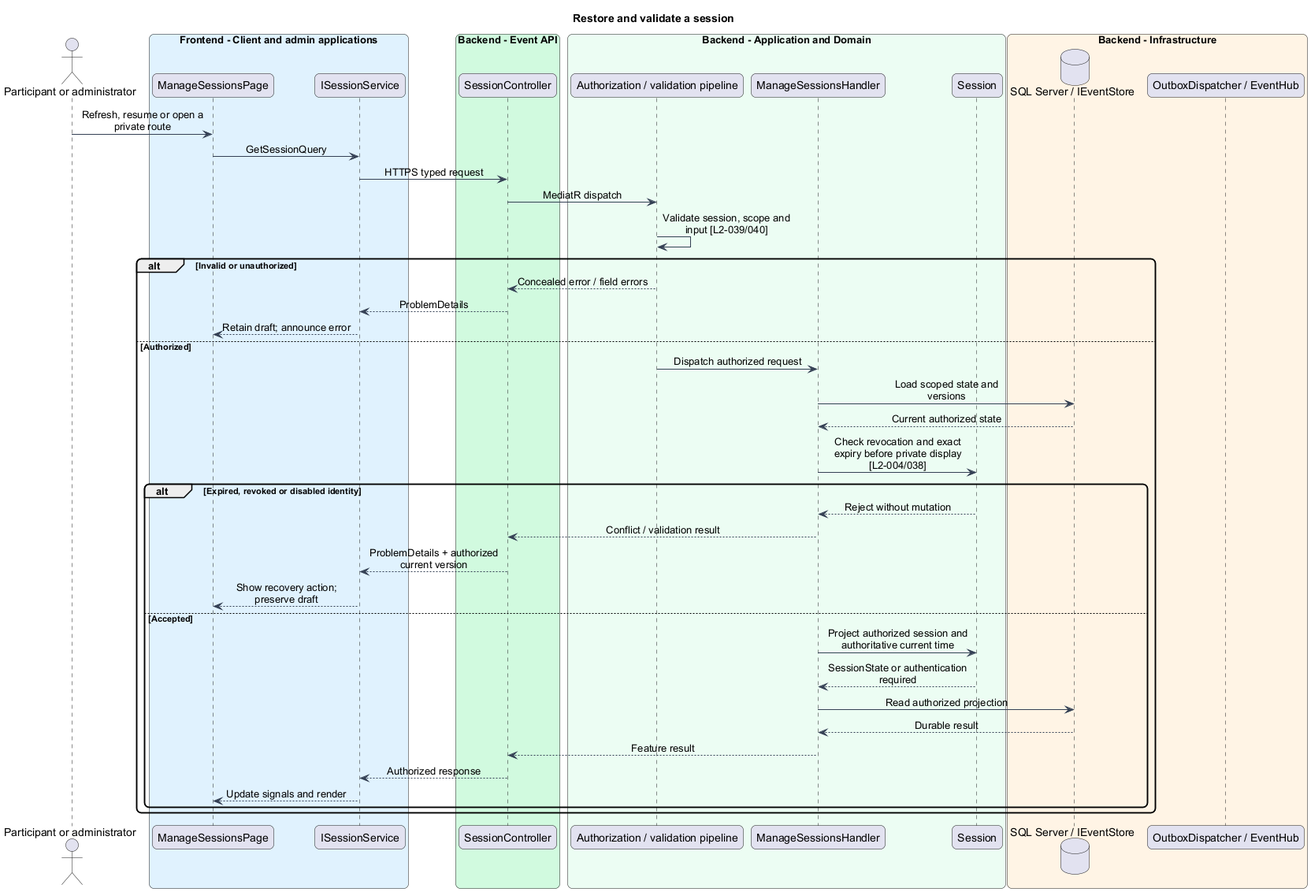
The PlantUML diagram docs/detailed-designs/access/manage-sessions/diagrams/sequence-restore.png in QuinntyneBrown/faithtech-toronto-ai-build-event, before a commit. Its diagram source:
```plantuml
@startuml
skinparam backgroundColor #FFFFFF
skinparam shadowing false
skinparam roundcorner 12
skinparam defaultFontName Arial
skinparam ArrowColor #344054
skinparam classBackgroundColor #F9FAFB
skinparam classBorderColor #344054
skinparam sequenceMessageAlign center
skinparam maxMessageSize 180
title Restore and validate a session
actor "Participant or administrator" as actor
box "Frontend - Client and admin applications" #E0F2FE
participant "ManageSessionsPage" as page
participant "ISessionService" as client
end box
box "Backend - Event API" #D1FADF
participant "SessionController" as controller
end box
box "Backend - Application and Domain" #ECFDF3
participant "Authorization / validation pipeline" as gate
participant "ManageSessionsHandler" as handler
participant "Session" as entity
end box
box "Backend - Infrastructure" #FFF4E5
database "SQL Server / IEventStore" as db
participant "OutboxDispatcher / EventHub" as push
end box
actor -> page : Refresh, resume or open a private route
page -> client : GetSessionQuery
client -> controller : HTTPS typed request
controller -> gate : MediatR dispatch
gate -> gate : Validate session, scope and input [L2-039/040]
alt Invalid or unauthorized
gate --> controller : Concealed error / field errors
controller --> client : ProblemDetails
client --> page : Retain draft; announce error
else Authorized
gate -> handler : Dispatch authorized request
handler -> db : Load scoped state and versions
db --> handler : Current authorized state
handler -> entity : Check revocation and exact expiry before private display [L2-004/038]
alt Expired, revoked or disabled identity
entity --> handler : Reject without mutation
handler --> controller : Conflict / validation result
controller --> client : ProblemDetails + authorized current version
client --> page : Show recovery action; preserve draft
else Accepted
handler -> entity : Project authorized session and authoritative current time
entity --> handler : SessionState or authentication required
handler -> db : Read authorized projection
db --> handler : Durable result
handler --> controller : Feature result
controller --> client : Authorized response
client --> page : Update signals and render
end
end
@enduml
```
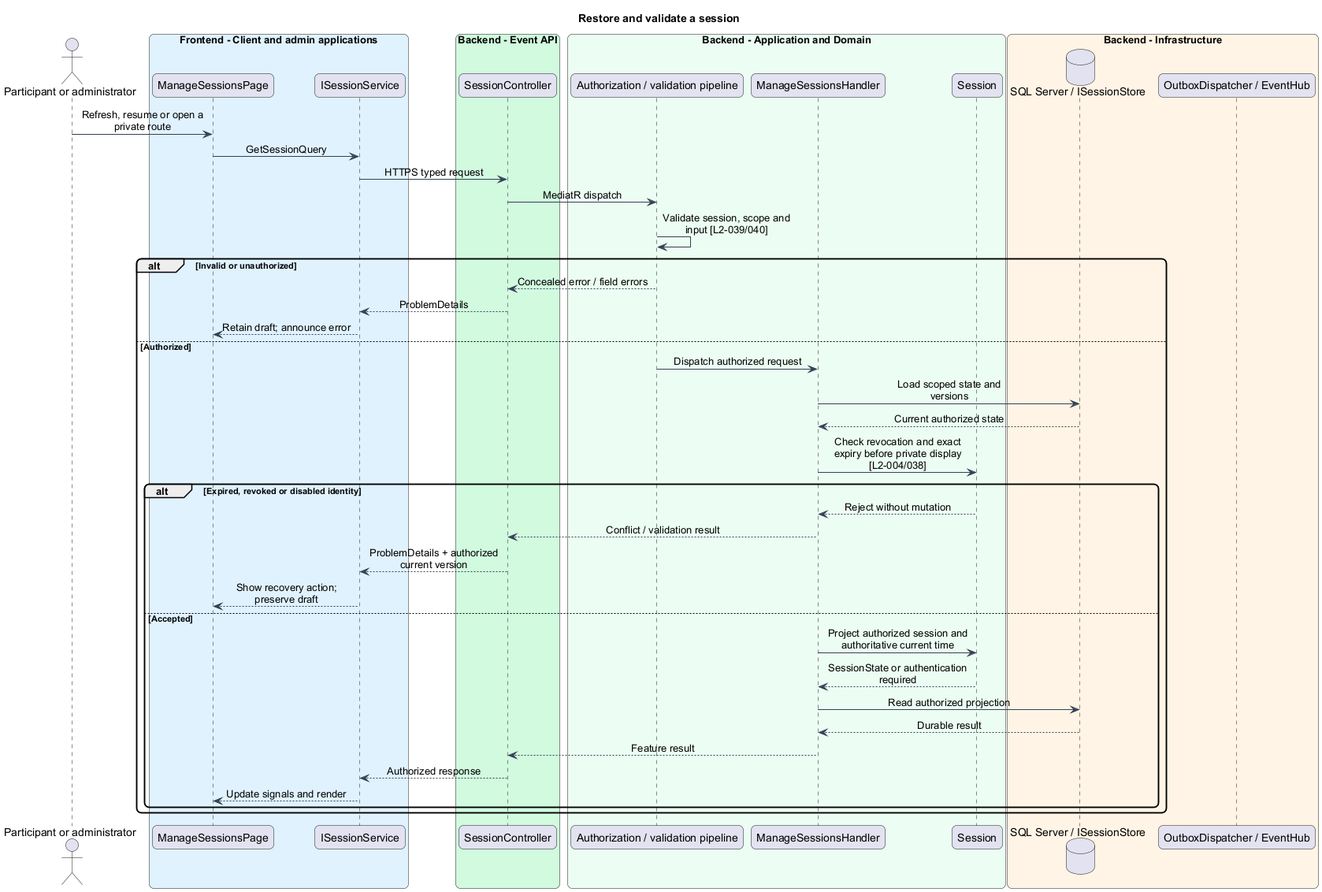
The same file after the commit.

Diff of the diagram source:
```diff
@@ -23,7 +23,7 @@
 participant "Session" as entity
 end box
 box "Backend - Infrastructure" #FFF4E5
-database "SQL Server / IEventStore" as db
+database "SQL Server / ISessionStore" as db
 participant "OutboxDispatcher / EventHub" as push
 end box
 actor -> page : Refresh, resume or open a private route
```
